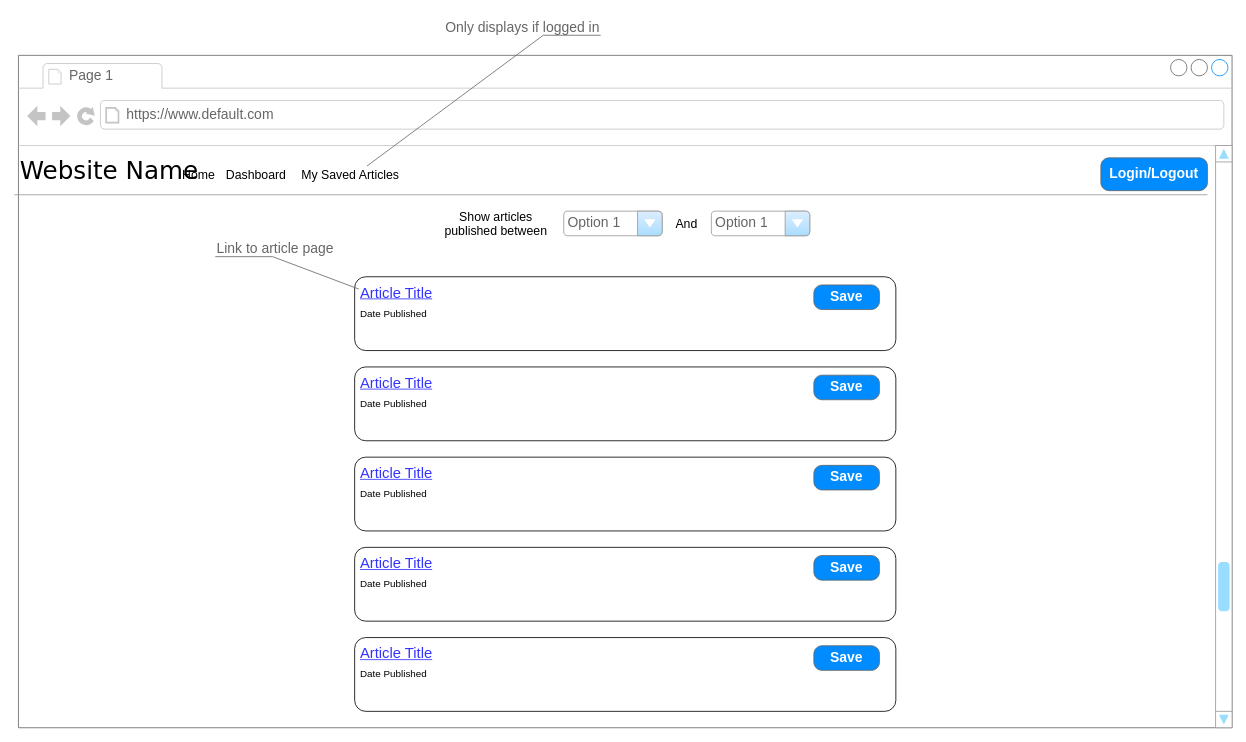
Above: page "Home" (1 of 6) of wireframe.drawio in MarkyMan4/capstone-planning (draw.io), before the change. Source tidied: cells renumbered, new cells numbered last; positions are measured from the earlier drawing's top-left corner, leaving out a move shared by most shapes. Both pictures are drawn from the tidied source at 82%, with x=0, y=0 at pixel (14, 14).
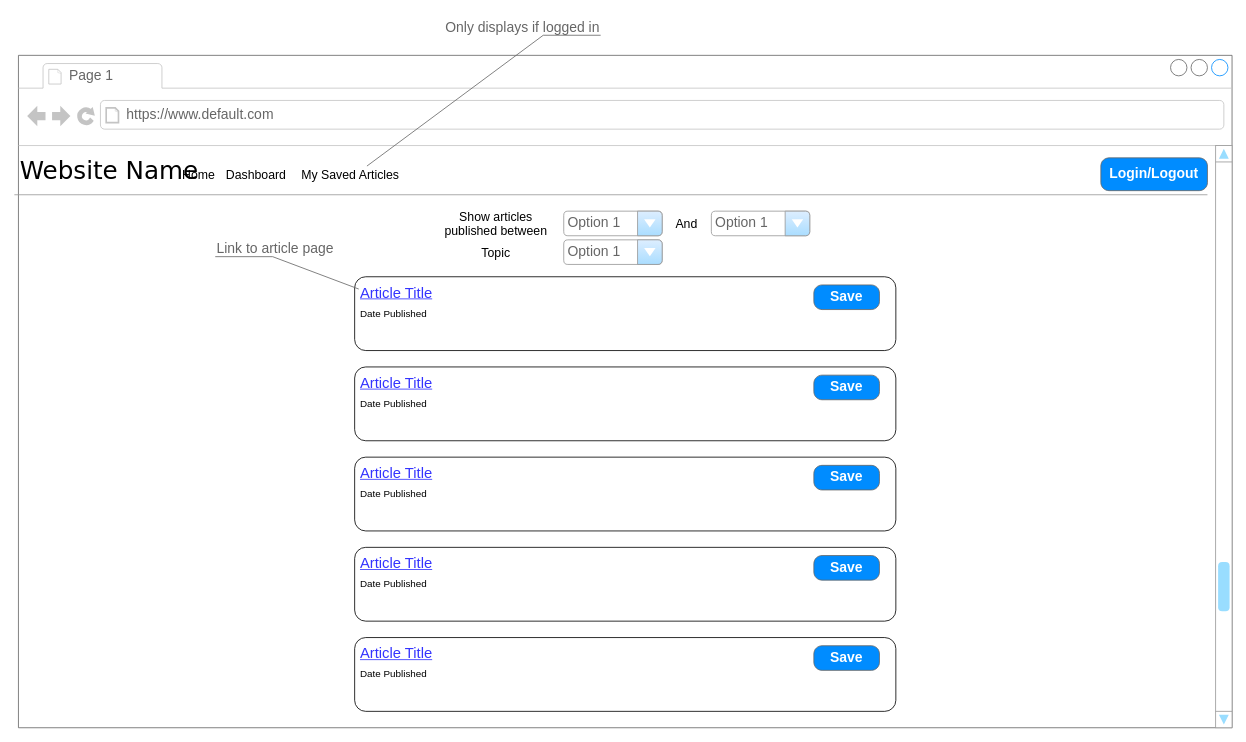
Above is the later version.

The change refers to these unchanged cells:
```xml
<mxCell id="2" style="strokeWidth=1;shadow=0;dashed=0;align=center;html=1;shape=mxgraph.mockup.containers.browserWindow;rSize=0;strokeColor=#666666;mainText=,;rounded=0;labelBackgroundColor=none;fontFamily=Verdana;fontSize=12;" parent="1" vertex="1">
  <mxGeometry x="5" y="50" width="1480" height="820" as="geometry" />
</mxCell>
```

The edit, as a diff of the source:
```diff
@@
+    <mxCell id="38" value="&lt;font style=&quot;font-size: 15px&quot;&gt;Topic&lt;/font&gt;" style="text;html=1;strokeColor=none;fillColor=none;align=center;verticalAlign=middle;whiteSpace=wrap;rounded=0;" parent="2" vertex="1">
+      <mxGeometry x="515" y="230" width="135" height="20" as="geometry" />
+    </mxCell>
+    <mxCell id="39" value="Option 1" style="strokeWidth=1;shadow=0;dashed=0;align=center;html=1;shape=mxgraph.mockup.forms.comboBox;strokeColor=#999999;fillColor=#ddeeff;align=left;fillColor2=#aaddff;mainText=;fontColor=#666666;fontSize=17;spacingLeft=3;" parent="2" vertex="1">
+      <mxGeometry x="665" y="225" width="120" height="30" as="geometry" />
+    </mxCell>
```
